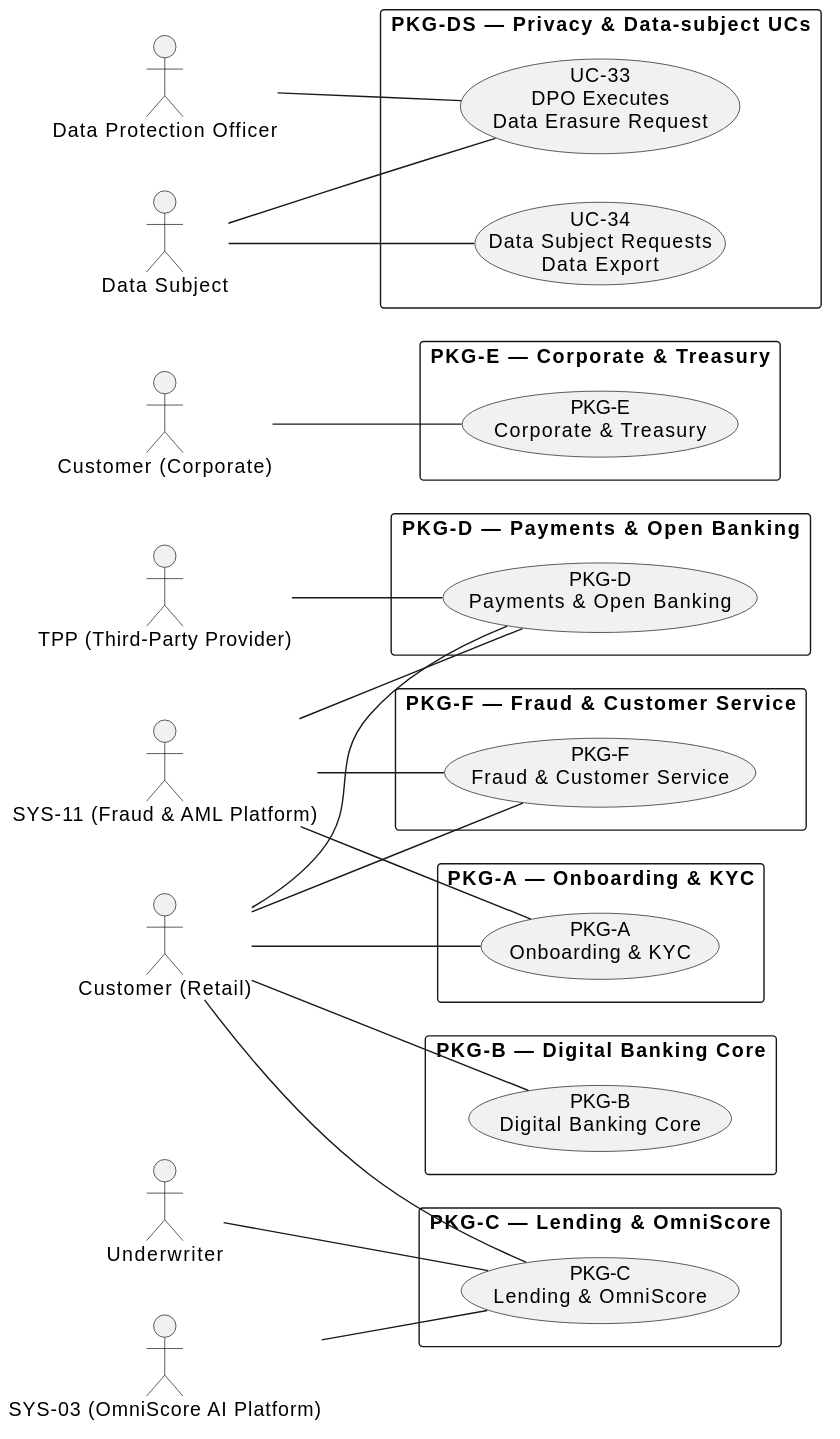
Before: 02_CASES/Case_03_OmniBank_Financial/03_PHASE3_DECOMPOSITION/annexes/svg/A_s1_system_wide.svg, a diagram exported from PlantUML (pauloribeiro16/Methodology_compact).
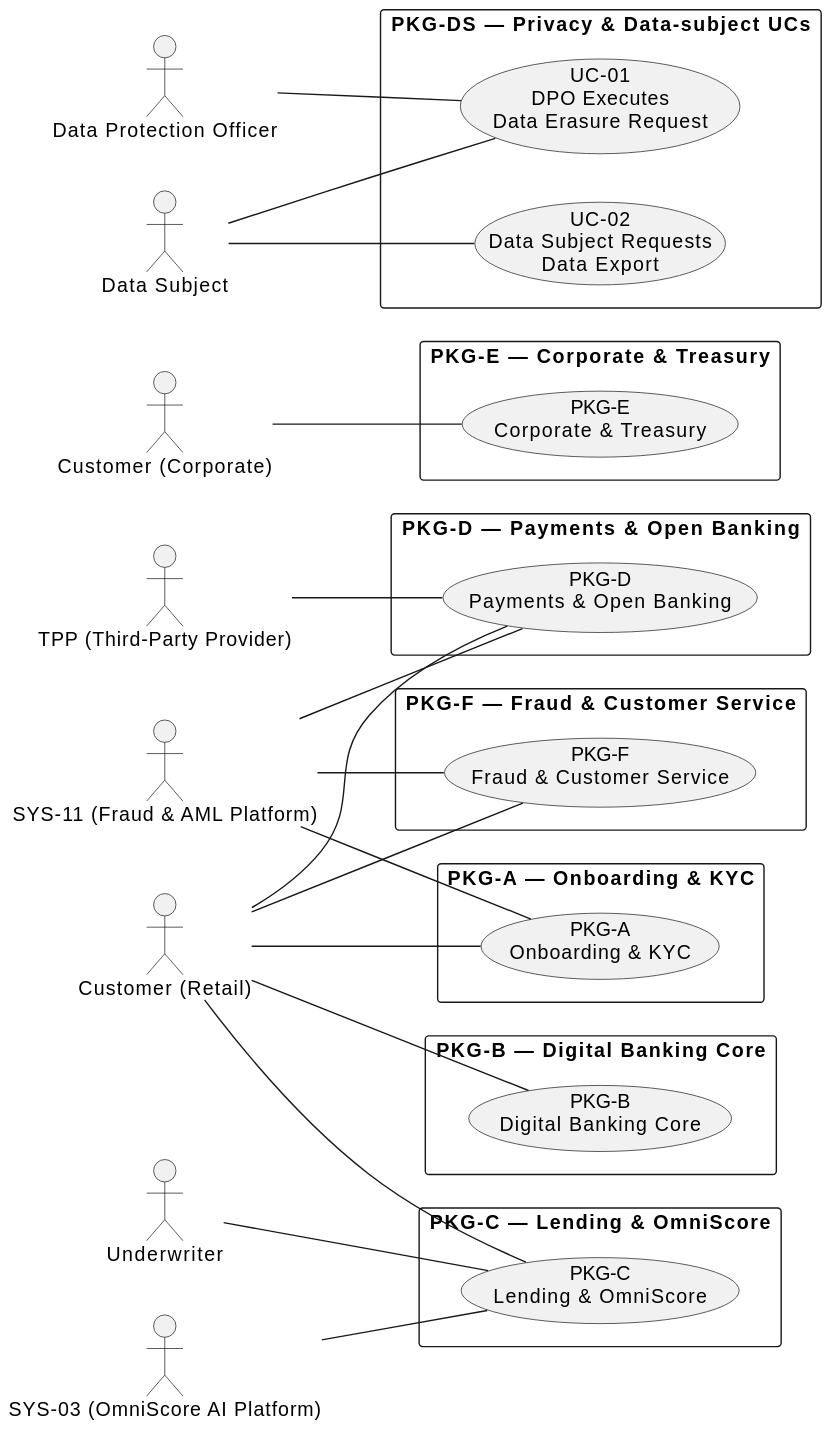
After the commit.

Diff of the diagram source:
```diff
@@ -27,8 +27,8 @@
 usecase "PKG-F\nFraud & Customer Service" as PKGF
 }
 rectangle "PKG-DS — Privacy & Data-subject UCs" {
-usecase "UC-33\nDPO Executes\nData Erasure Request" as UC33
-usecase "UC-34\nData Subject Requests\nData Export" as UC34
+usecase "UC-01\nDPO Executes\nData Erasure Request" as UC33
+usecase "UC-02\nData Subject Requests\nData Export" as UC34
 }
 CUST -- PKGA
 CUST -- PKGB
```
